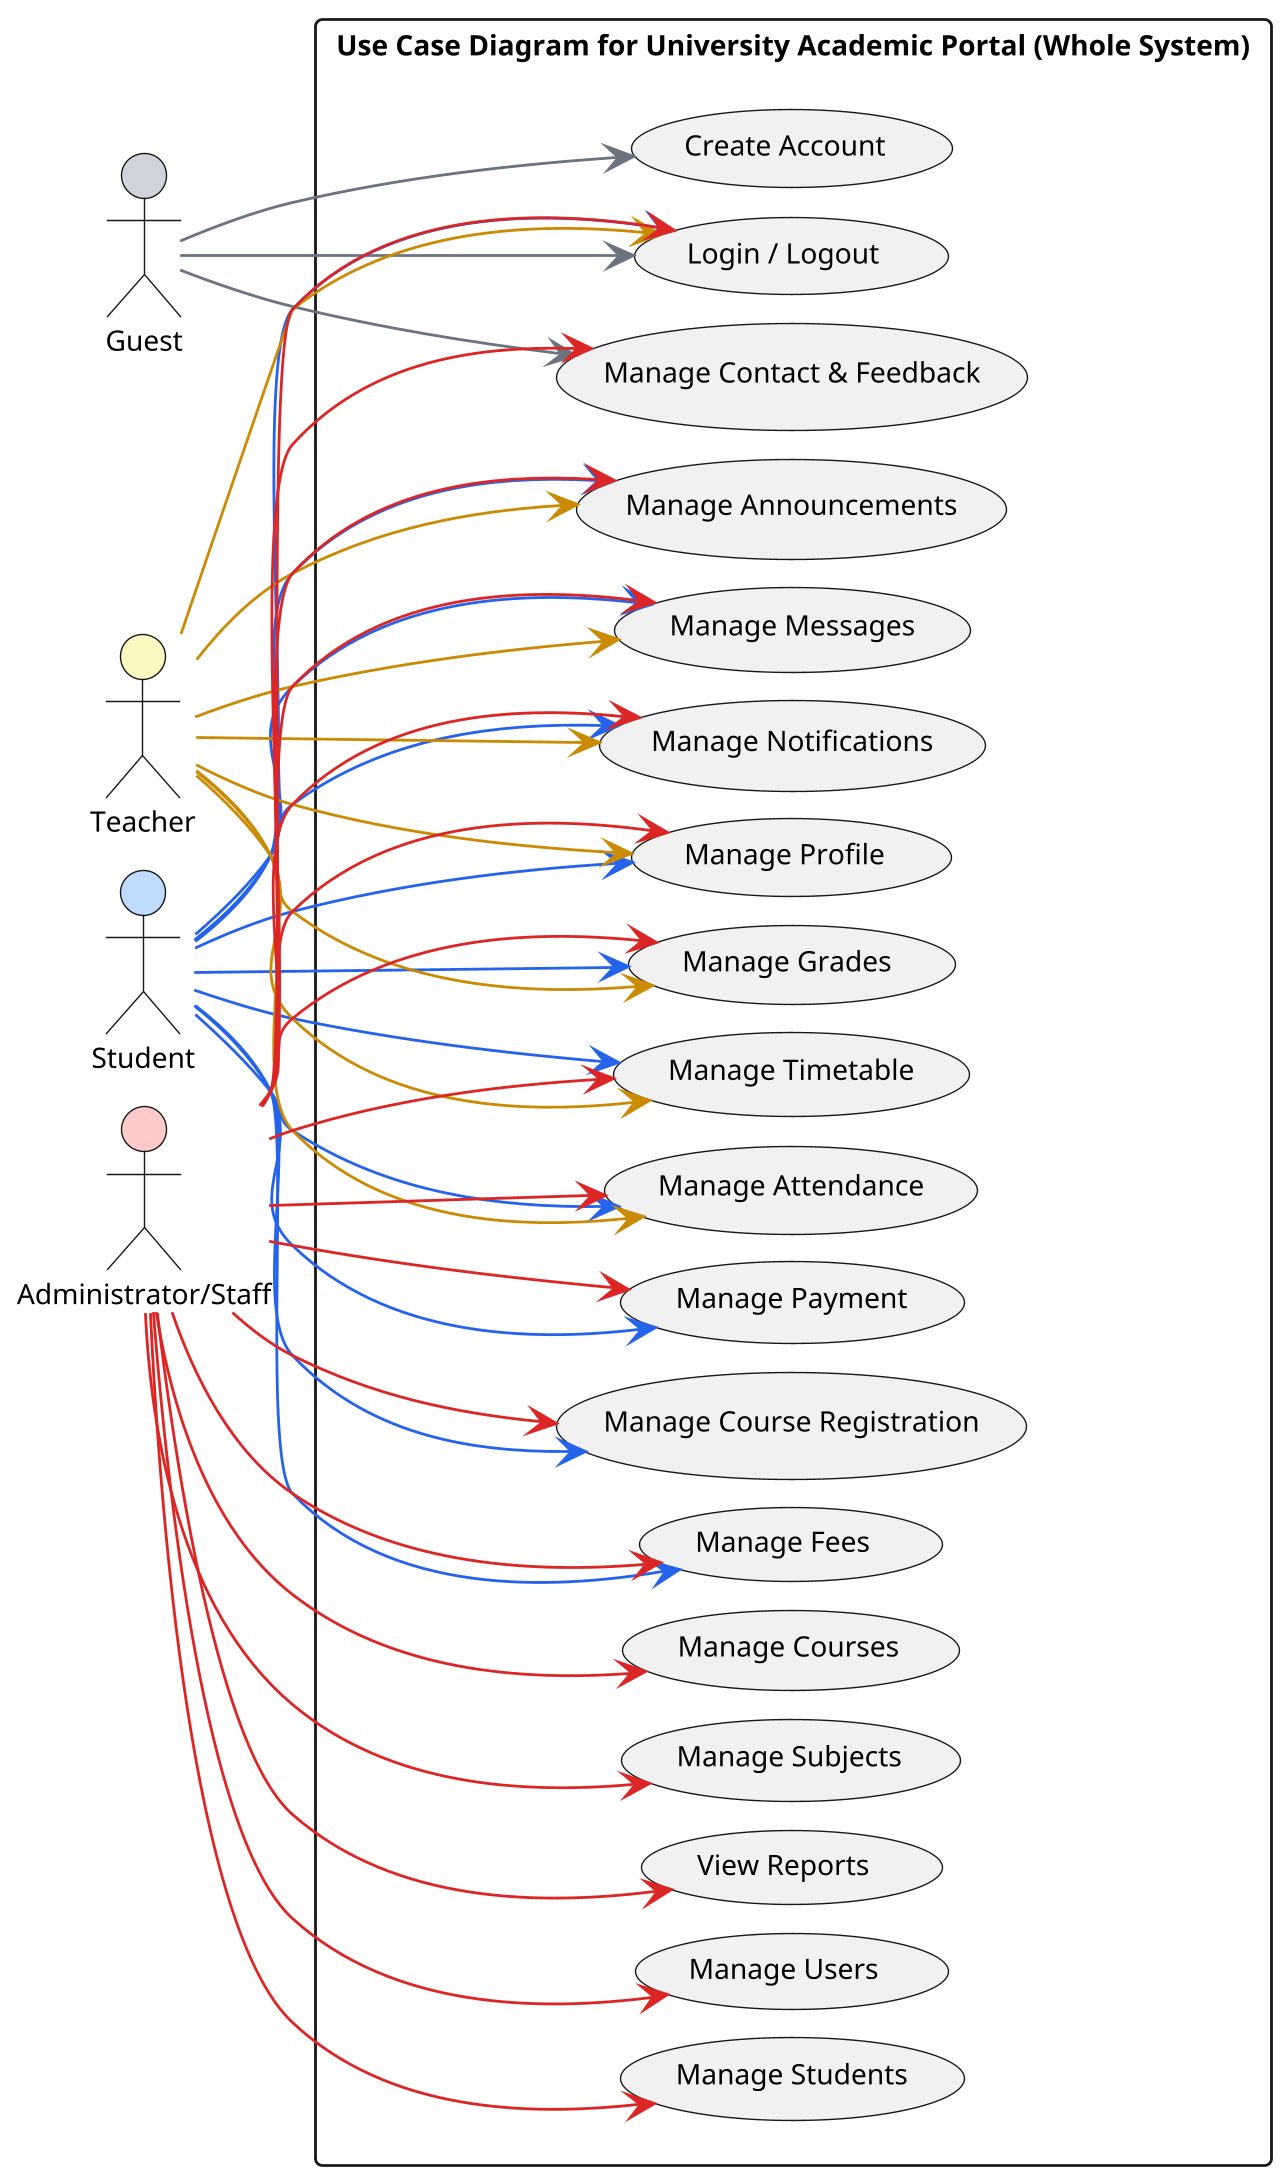
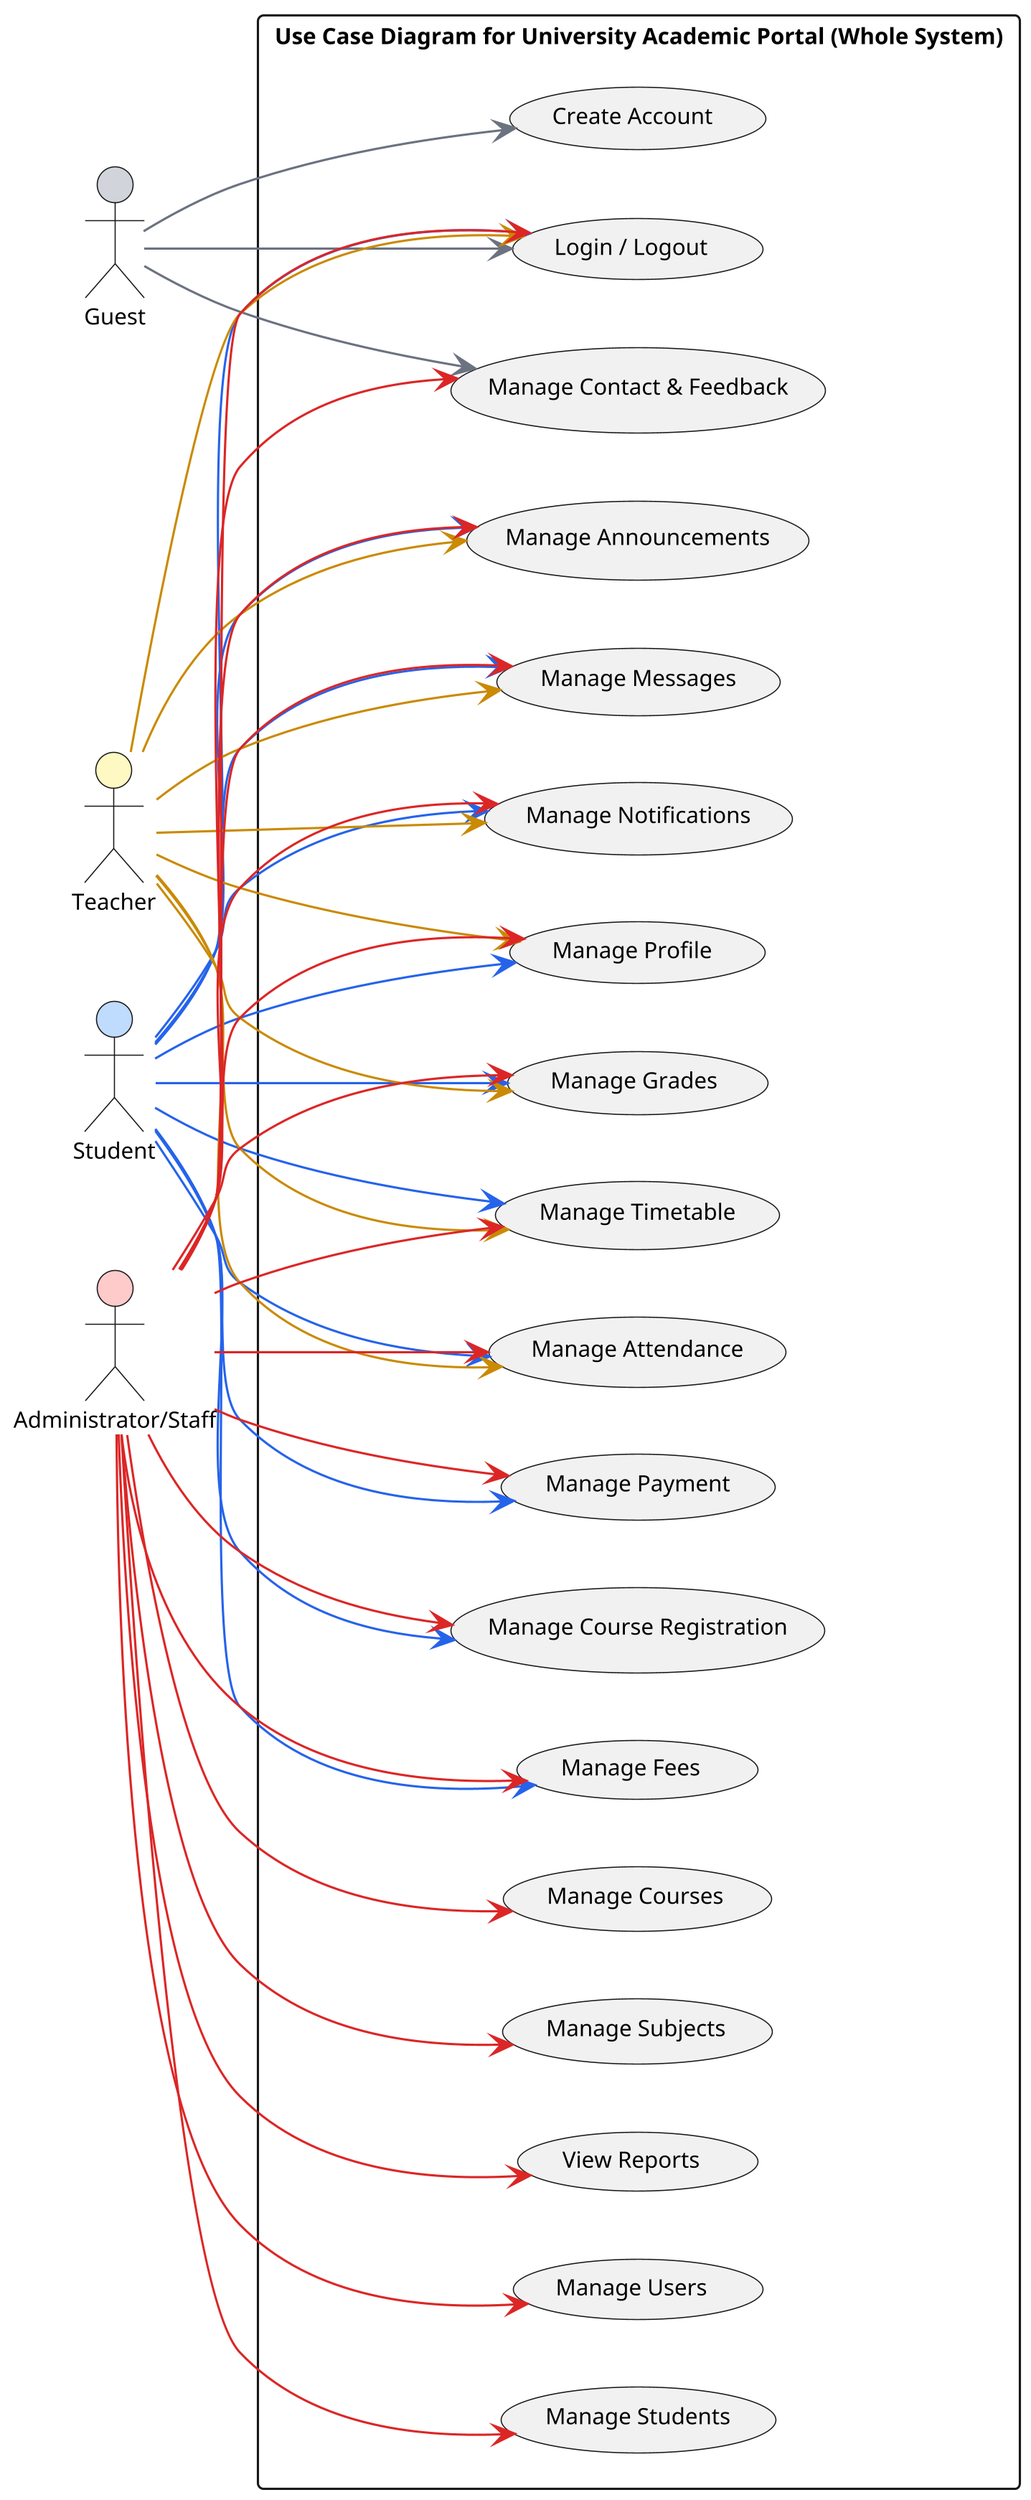
@startuml WholeSystem_UseCaseDiagram
left to right direction
skinparam packageStyle rectangle
skinparam shadowing false
skinparam dpi 300

- scale 0.9
+ ' Balanced size
+ scale 1.0
skinparam defaultFontSize 10
- skinparam ranksep 14
- skinparam nodesep 10
- skinparam RectanglePadding 6
+ 
+ ' Moderate spacing (not too tight, not too wide)
+ skinparam ranksep 35
+ skinparam nodesep 30
+ skinparam RectanglePadding 12

actor Guest #D1D5DB
actor Student #BFDBFE
actor Teacher #FEF9C3
actor "Administrator/Staff" as Staff #FECACA

rectangle "Use Case Diagram for University Academic Portal (Whole System)" #FFFFFF {
  usecase "Create Account" as UC_CreateAccount
  usecase "Login / Logout" as UC_LoginLogout
  usecase "Manage Profile" as UC_ManageProfile
  usecase "Manage Users" as UC_ManageUsers
  usecase "Manage Students" as UC_ManageStudents
  usecase "Manage Courses" as UC_ManageCourses
  usecase "Manage Subjects" as UC_ManageSubjects
  usecase "Manage Course Registration" as UC_ManageCourseRegistration
  usecase "Manage Grades" as UC_ManageGrades
  usecase "Manage Fees" as UC_ManageFees
  usecase "Manage Payment" as UC_ManagePayment
  usecase "Manage Timetable" as UC_ManageTimetable
  usecase "Manage Attendance" as UC_ManageAttendance
  usecase "Manage Announcements" as UC_ManageAnnouncements
  usecase "Manage Messages" as UC_ManageMessages
  usecase "Manage Contact & Feedback" as UC_ManageContactFeedback
  usecase "Manage Notifications" as UC_ManageNotifications
  usecase "View Reports" as UC_ViewReports
}

' Guest
Guest -[#6B7280]-> UC_CreateAccount
Guest -[#6B7280]-> UC_LoginLogout
Guest -[#6B7280]-> UC_ManageContactFeedback

' Student
Student -[#2563EB]-> UC_LoginLogout
Student -[#2563EB]-> UC_ManageProfile
Student -[#2563EB]-> UC_ManageCourseRegistration
Student -[#2563EB]-> UC_ManageGrades
Student -[#2563EB]-> UC_ManageFees
Student -[#2563EB]-> UC_ManagePayment
Student -[#2563EB]-> UC_ManageTimetable
Student -[#2563EB]-> UC_ManageAttendance
Student -[#2563EB]-> UC_ManageAnnouncements
Student -[#2563EB]-> UC_ManageMessages
Student -[#2563EB]-> UC_ManageNotifications

' Teacher
Teacher -[#CA8A04]-> UC_LoginLogout
Teacher -[#CA8A04]-> UC_ManageProfile
Teacher -[#CA8A04]-> UC_ManageGrades
Teacher -[#CA8A04]-> UC_ManageTimetable
Teacher -[#CA8A04]-> UC_ManageAttendance
Teacher -[#CA8A04]-> UC_ManageAnnouncements
Teacher -[#CA8A04]-> UC_ManageMessages
Teacher -[#CA8A04]-> UC_ManageNotifications

' Administrator / Staff
Staff -[#DC2626]-> UC_LoginLogout
Staff -[#DC2626]-> UC_ManageProfile
Staff -[#DC2626]-> UC_ManageUsers
Staff -[#DC2626]-> UC_ManageStudents
Staff -[#DC2626]-> UC_ManageCourses
Staff -[#DC2626]-> UC_ManageSubjects
Staff -[#DC2626]-> UC_ManageCourseRegistration
Staff -[#DC2626]-> UC_ManageGrades
Staff -[#DC2626]-> UC_ManageFees
Staff -[#DC2626]-> UC_ManagePayment
Staff -[#DC2626]-> UC_ManageTimetable
Staff -[#DC2626]-> UC_ManageAttendance
Staff -[#DC2626]-> UC_ManageAnnouncements
Staff -[#DC2626]-> UC_ManageMessages
Staff -[#DC2626]-> UC_ManageContactFeedback
Staff -[#DC2626]-> UC_ManageNotifications
Staff -[#DC2626]-> UC_ViewReports

@enduml
